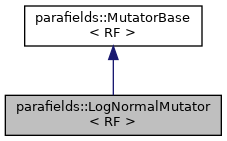
Earlier version of the Graphviz export a01041.png (parafields/parafields-core). Its source is kept beside it as a01041.dot. The source it was exported from:
```dot
digraph "parafields::LogNormalMutator&lt; RF &gt;"
{
  edge [fontname="Helvetica",fontsize="10",labelfontname="Helvetica",labelfontsize="10"];
  node [fontname="Helvetica",fontsize="10",shape=record];
  Node1 [label="parafields::LogNormalMutator\l\< RF \>",height=0.2,width=0.4,color="black", fillcolor="grey75", style="filled", fontcolor="black",tooltip="Exponential function mutator for log-normal fields."];
  Node2 -> Node1 [dir="back",color="midnightblue",fontsize="10",style="solid",fontname="Helvetica"];
  Node2 [label="parafields::MutatorBase\l\< RF \>",height=0.2,width=0.4,color="black", fillcolor="white", style="filled",URL="$a01034.html",tooltip="Abstract base class for value transformations."];
}
```
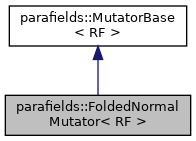
After the commit.

Change to the diagram source:
```diff
@@ -1,8 +1,8 @@
-digraph "parafields::LogNormalMutator&lt; RF &gt;"
+digraph "parafields::FoldedNormalMutator&lt; RF &gt;"
 {
   edge [fontname="Helvetica",fontsize="10",labelfontname="Helvetica",labelfontsize="10"];
   node [fontname="Helvetica",fontsize="10",shape=record];
-  Node1 [label="parafields::LogNormalMutator\l\< RF \>",height=0.2,width=0.4,color="black", fillcolor="grey75", style="filled", fontcolor="black",tooltip="Exponential function mutator for log-normal fields."];
+  Node1 [label="parafields::FoldedNormal\lMutator\< RF \>",height=0.2,width=0.4,color="black", fillcolor="grey75", style="filled", fontcolor="black",tooltip="Absolute value function mutator for folded normal fields."];
   Node2 -> Node1 [dir="back",color="midnightblue",fontsize="10",style="solid",fontname="Helvetica"];
-  Node2 [label="parafields::MutatorBase\l\< RF \>",height=0.2,width=0.4,color="black", fillcolor="white", style="filled",URL="$a01034.html",tooltip="Abstract base class for value transformations."];
+  Node2 [label="parafields::MutatorBase\l\< RF \>",height=0.2,width=0.4,color="black", fillcolor="white", style="filled",URL="$a01030.html",tooltip="Abstract base class for value transformations."];
 }
```
